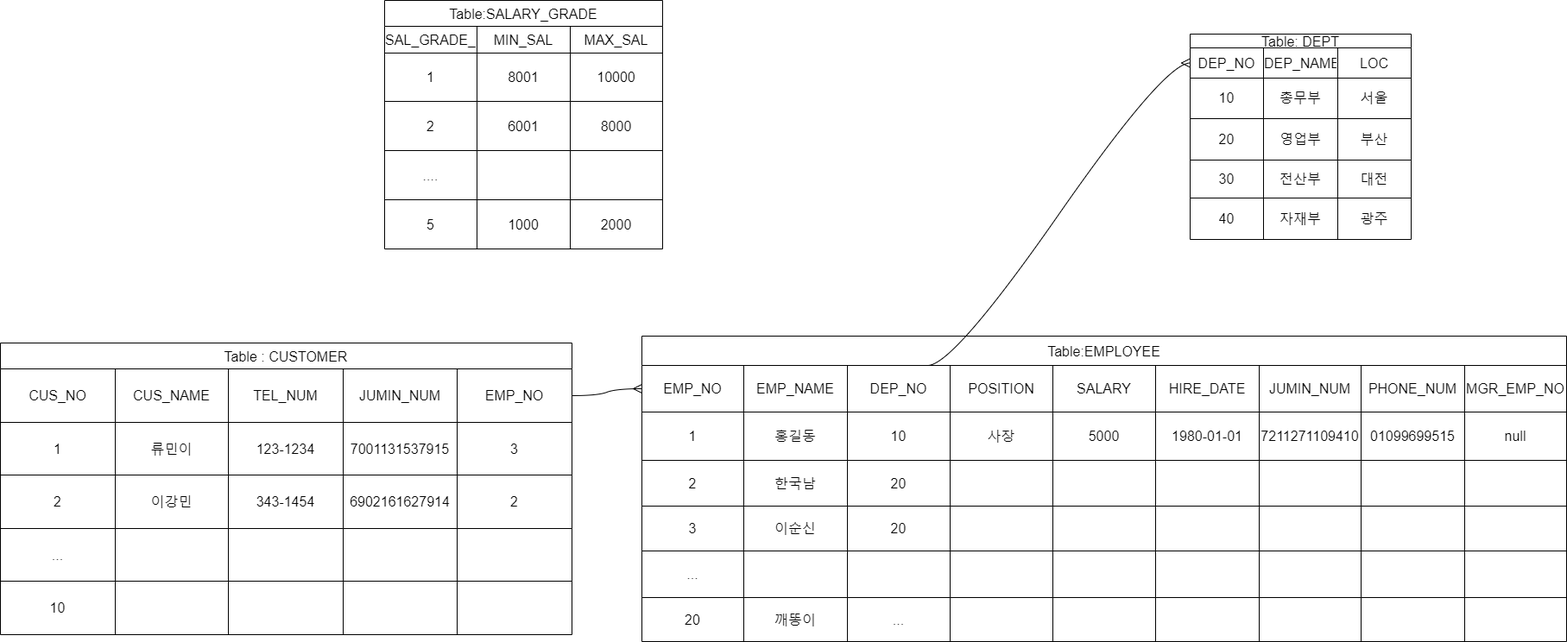
Earlier version of the draw.io export 제목 없는 다이어그램.drawio.png (YonWooPark/repotest). Source tidied: cells renumbered, new cells last; positions are measured from the earlier drawing's top-left corner, leaving out a move shared by most shapes.
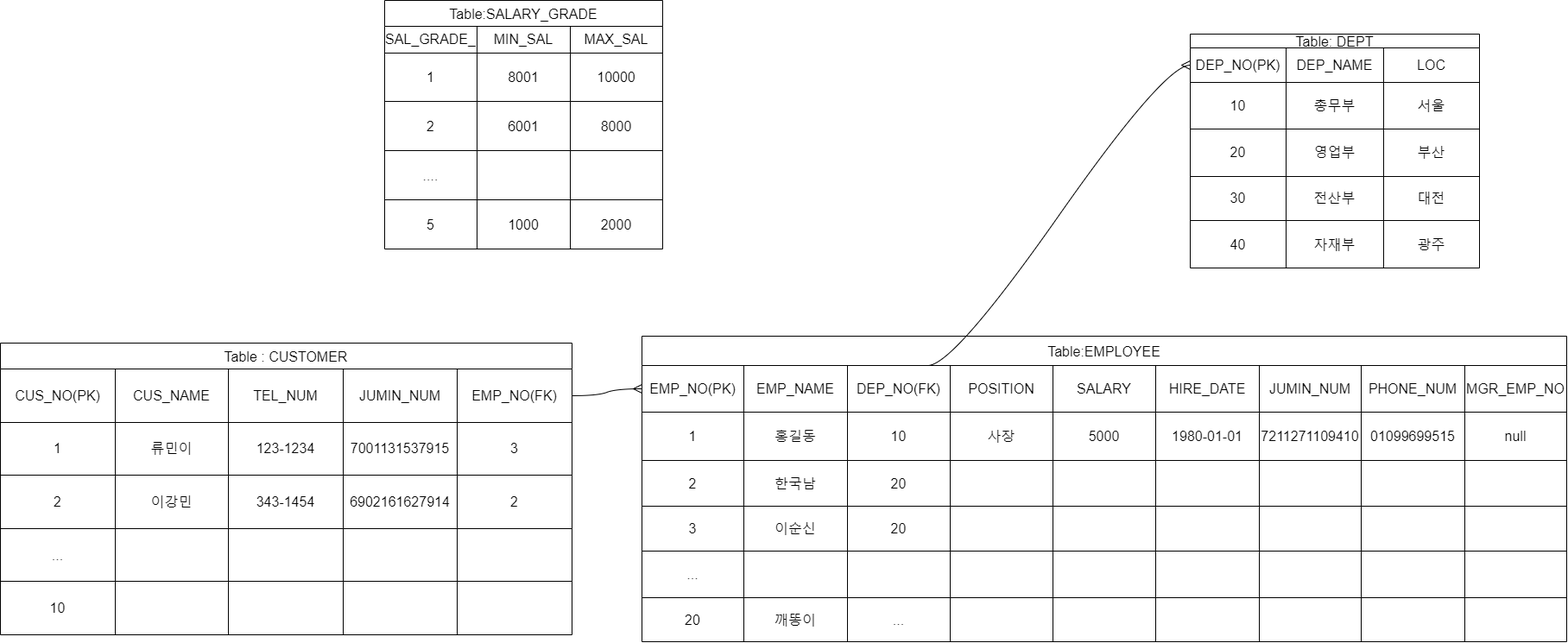
The same file after the commit.

Diff of the diagram source:
```diff
@@ -3,67 +3,67 @@
     <mxCell id="0" />
     <mxCell id="1" parent="0" />
     <mxCell id="2" value="Table: DEPT" style="shape=table;startSize=16;strokeColor=default;fontSize=16;" parent="1" vertex="1">
-      <mxGeometry x="1378" y="39" width="256" height="238" as="geometry" />
+      <mxGeometry x="1378" y="39" width="335" height="271" as="geometry" />
     </mxCell>
     <mxCell id="3" style="shape=tableRow;horizontal=0;startSize=0;swimlaneHead=0;swimlaneBody=0;strokeColor=inherit;top=0;left=0;bottom=0;right=0;fillColor=none;points=[[0,0.5],[1,0.5]];portConstraint=eastwest;fontSize=16;" parent="2" vertex="1">
-      <mxGeometry y="16" width="256" height="35" as="geometry" />
+      <mxGeometry y="16" width="335" height="40" as="geometry" />
     </mxCell>
-    <mxCell id="4" value="DEP_NO" style="shape=partialRectangle;html=1;whiteSpace=wrap;strokeColor=inherit;overflow=hidden;fillColor=none;top=0;left=0;bottom=0;right=0;fontSize=16;" parent="3" vertex="1">
-      <mxGeometry width="85" height="35" as="geometry" />
+    <mxCell id="4" value="DEP_NO(PK)" style="shape=partialRectangle;html=1;whiteSpace=wrap;strokeColor=inherit;overflow=hidden;fillColor=none;top=0;left=0;bottom=0;right=0;fontSize=16;" parent="3" vertex="1">
+      <mxGeometry width="111" height="40" as="geometry" />
     </mxCell>
     <mxCell id="5" value="DEP_NAME" style="shape=partialRectangle;html=1;whiteSpace=wrap;strokeColor=inherit;overflow=hidden;fillColor=none;top=0;left=0;bottom=0;right=0;fontSize=16;" parent="3" vertex="1">
-      <mxGeometry x="85" width="86" height="35" as="geometry" />
+      <mxGeometry x="111" width="113" height="40" as="geometry" />
     </mxCell>
     <mxCell id="6" value="LOC" style="shape=partialRectangle;html=1;whiteSpace=wrap;strokeColor=inherit;overflow=hidden;fillColor=none;top=0;left=0;bottom=0;right=0;fontSize=16;" parent="3" vertex="1">
-      <mxGeometry x="171" width="85" height="35" as="geometry" />
+      <mxGeometry x="224" width="111" height="40" as="geometry" />
     </mxCell>
     <mxCell id="7" style="shape=tableRow;horizontal=0;startSize=0;swimlaneHead=0;swimlaneBody=0;strokeColor=inherit;top=0;left=0;bottom=0;right=0;fillColor=none;fontSize=16;" parent="2" vertex="1">
-      <mxGeometry y="51" width="256" height="47" as="geometry" />
+      <mxGeometry y="56" width="335" height="54" as="geometry" />
     </mxCell>
     <mxCell id="8" value="10&lt;span style=&quot;white-space: pre;&quot;&gt;&#9;&lt;/span&gt;&lt;span style=&quot;white-space: pre;&quot;&gt;&#9;&lt;/span&gt;" style="shape=partialRectangle;html=1;whiteSpace=wrap;strokeColor=inherit;overflow=hidden;fillColor=none;top=0;left=0;bottom=0;right=0;fontSize=16;" parent="7" vertex="1">
-      <mxGeometry width="85" height="47" as="geometry" />
+      <mxGeometry width="111" height="54" as="geometry" />
     </mxCell>
     <mxCell id="9" value="총무부" style="shape=partialRectangle;html=1;whiteSpace=wrap;strokeColor=inherit;overflow=hidden;fillColor=none;top=0;left=0;bottom=0;right=0;fontSize=16;" parent="7" vertex="1">
-      <mxGeometry x="85" width="86" height="47" as="geometry" />
+      <mxGeometry x="111" width="113" height="54" as="geometry" />
     </mxCell>
     <mxCell id="10" value="서울" style="shape=partialRectangle;html=1;whiteSpace=wrap;strokeColor=inherit;overflow=hidden;fillColor=none;top=0;left=0;bottom=0;right=0;fontSize=16;" parent="7" vertex="1">
-      <mxGeometry x="171" width="85" height="47" as="geometry" />
+      <mxGeometry x="224" width="111" height="54" as="geometry" />
     </mxCell>
     <mxCell id="11" style="shape=tableRow;horizontal=0;startSize=0;swimlaneHead=0;swimlaneBody=0;strokeColor=inherit;top=0;left=0;bottom=0;right=0;fillColor=none;fontSize=16;" parent="2" vertex="1">
-      <mxGeometry y="98" width="256" height="48" as="geometry" />
+      <mxGeometry y="110" width="335" height="55" as="geometry" />
     </mxCell>
     <mxCell id="12" value="20" style="shape=partialRectangle;html=1;whiteSpace=wrap;strokeColor=inherit;overflow=hidden;fillColor=none;top=0;left=0;bottom=0;right=0;fontSize=16;" parent="11" vertex="1">
-      <mxGeometry width="85" height="48" as="geometry" />
+      <mxGeometry width="111" height="55" as="geometry" />
     </mxCell>
     <mxCell id="13" value="영업부" style="shape=partialRectangle;html=1;whiteSpace=wrap;strokeColor=inherit;overflow=hidden;fillColor=none;top=0;left=0;bottom=0;right=0;fontSize=16;" parent="11" vertex="1">
-      <mxGeometry x="85" width="86" height="48" as="geometry" />
+      <mxGeometry x="111" width="113" height="55" as="geometry" />
     </mxCell>
     <mxCell id="14" value="부산&lt;span style=&quot;white-space: pre;&quot;&gt;&#9;&lt;/span&gt;" style="shape=partialRectangle;html=1;whiteSpace=wrap;strokeColor=inherit;overflow=hidden;fillColor=none;top=0;left=0;bottom=0;right=0;fontSize=16;" parent="11" vertex="1">
-      <mxGeometry x="171" width="85" height="48" as="geometry" />
+      <mxGeometry x="224" width="111" height="55" as="geometry" />
     </mxCell>
     <mxCell id="15" style="shape=tableRow;horizontal=0;startSize=0;swimlaneHead=0;swimlaneBody=0;strokeColor=inherit;top=0;left=0;bottom=0;right=0;fillColor=none;fontSize=16;" parent="2" vertex="1">
-      <mxGeometry y="146" width="256" height="44" as="geometry" />
+      <mxGeometry y="165" width="335" height="51" as="geometry" />
     </mxCell>
     <mxCell id="16" value="30" style="shape=partialRectangle;html=1;whiteSpace=wrap;strokeColor=inherit;overflow=hidden;fillColor=none;top=0;left=0;bottom=0;right=0;fontSize=16;" parent="15" vertex="1">
-      <mxGeometry width="85" height="44" as="geometry" />
+      <mxGeometry width="111" height="51" as="geometry" />
     </mxCell>
     <mxCell id="17" value="전산부" style="shape=partialRectangle;html=1;whiteSpace=wrap;strokeColor=inherit;overflow=hidden;fillColor=none;top=0;left=0;bottom=0;right=0;fontSize=16;" parent="15" vertex="1">
-      <mxGeometry x="85" width="86" height="44" as="geometry" />
+      <mxGeometry x="111" width="113" height="51" as="geometry" />
     </mxCell>
     <mxCell id="18" value="대전" style="shape=partialRectangle;html=1;whiteSpace=wrap;strokeColor=inherit;overflow=hidden;fillColor=none;top=0;left=0;bottom=0;right=0;fontSize=16;" parent="15" vertex="1">
-      <mxGeometry x="171" width="85" height="44" as="geometry" />
+      <mxGeometry x="224" width="111" height="51" as="geometry" />
     </mxCell>
     <mxCell id="19" style="shape=tableRow;horizontal=0;startSize=0;swimlaneHead=0;swimlaneBody=0;strokeColor=inherit;top=0;left=0;bottom=0;right=0;fillColor=none;fontSize=16;" parent="2" vertex="1">
-      <mxGeometry y="190" width="256" height="48" as="geometry" />
+      <mxGeometry y="216" width="335" height="55" as="geometry" />
     </mxCell>
     <mxCell id="20" value="40" style="shape=partialRectangle;html=1;whiteSpace=wrap;strokeColor=inherit;overflow=hidden;fillColor=none;top=0;left=0;bottom=0;right=0;fontSize=16;" parent="19" vertex="1">
-      <mxGeometry width="85" height="48" as="geometry" />
+      <mxGeometry width="111" height="55" as="geometry" />
     </mxCell>
     <mxCell id="21" value="자재부" style="shape=partialRectangle;html=1;whiteSpace=wrap;strokeColor=inherit;overflow=hidden;fillColor=none;top=0;left=0;bottom=0;right=0;fontSize=16;" parent="19" vertex="1">
-      <mxGeometry x="85" width="86" height="48" as="geometry" />
+      <mxGeometry x="111" width="113" height="55" as="geometry" />
     </mxCell>
     <mxCell id="22" value="광주" style="shape=partialRectangle;html=1;whiteSpace=wrap;strokeColor=inherit;overflow=hidden;fillColor=none;top=0;left=0;bottom=0;right=0;fontSize=16;" parent="19" vertex="1">
-      <mxGeometry x="171" width="85" height="48" as="geometry" />
+      <mxGeometry x="224" width="111" height="55" as="geometry" />
     </mxCell>
     <mxCell id="23" value="Table:EMPLOYEE" style="shape=table;startSize=34;strokeColor=default;fontSize=16;" parent="1" vertex="1">
       <mxGeometry x="743" y="389" width="1071" height="354" as="geometry" />
@@ -71,13 +71,13 @@
     <mxCell id="24" style="shape=tableRow;horizontal=0;startSize=0;swimlaneHead=0;swimlaneBody=0;strokeColor=inherit;top=0;left=0;bottom=0;right=0;fillColor=none;points=[[0,0.5],[1,0.5]];portConstraint=eastwest;fontSize=16;" parent="23" vertex="1">
       <mxGeometry y="34" width="1071" height="54" as="geometry" />
     </mxCell>
-    <mxCell id="25" value="EMP_NO" style="shape=partialRectangle;html=1;whiteSpace=wrap;strokeColor=inherit;overflow=hidden;fillColor=none;top=0;left=0;bottom=0;right=0;fontSize=16;" parent="24" vertex="1">
+    <mxCell id="25" value="EMP_NO(PK)" style="shape=partialRectangle;html=1;whiteSpace=wrap;strokeColor=inherit;overflow=hidden;fillColor=none;top=0;left=0;bottom=0;right=0;fontSize=16;" parent="24" vertex="1">
       <mxGeometry width="118" height="54" as="geometry" />
     </mxCell>
     <mxCell id="26" value="EMP_NAME" style="shape=partialRectangle;html=1;whiteSpace=wrap;strokeColor=inherit;overflow=hidden;fillColor=none;top=0;left=0;bottom=0;right=0;fontSize=16;" parent="24" vertex="1">
       <mxGeometry x="118" width="120" height="54" as="geometry" />
     </mxCell>
-    <mxCell id="27" value="DEP_NO" style="shape=partialRectangle;html=1;whiteSpace=wrap;strokeColor=inherit;overflow=hidden;fillColor=none;top=0;left=0;bottom=0;right=0;fontSize=16;" parent="24" vertex="1">
+    <mxCell id="27" value="DEP_NO(FK)" style="shape=partialRectangle;html=1;whiteSpace=wrap;strokeColor=inherit;overflow=hidden;fillColor=none;top=0;left=0;bottom=0;right=0;fontSize=16;" parent="24" vertex="1">
       <mxGeometry x="238" width="119" height="54" as="geometry" />
     </mxCell>
     <mxCell id="28" value="POSITION" style="shape=partialRectangle;html=1;whiteSpace=wrap;strokeColor=inherit;overflow=hidden;fillColor=none;top=0;left=0;bottom=0;right=0;fontSize=16;" parent="24" vertex="1">
@@ -317,7 +317,7 @@
     <mxCell id="106" style="shape=tableRow;horizontal=0;startSize=0;swimlaneHead=0;swimlaneBody=0;strokeColor=inherit;top=0;left=0;bottom=0;right=0;fillColor=none;points=[[0,0.5],[1,0.5]];portConstraint=eastwest;fontSize=16;" parent="105" vertex="1">
       <mxGeometry y="30" width="662" height="62" as="geometry" />
     </mxCell>
-    <mxCell id="107" value="CUS_NO" style="shape=partialRectangle;html=1;whiteSpace=wrap;strokeColor=inherit;overflow=hidden;fillColor=none;top=0;left=0;bottom=0;right=0;fontSize=16;" parent="106" vertex="1">
+    <mxCell id="107" value="CUS_NO(PK)" style="shape=partialRectangle;html=1;whiteSpace=wrap;strokeColor=inherit;overflow=hidden;fillColor=none;top=0;left=0;bottom=0;right=0;fontSize=16;" parent="106" vertex="1">
       <mxGeometry width="133" height="62" as="geometry" />
     </mxCell>
     <mxCell id="108" value="CUS_NAME" style="shape=partialRectangle;html=1;whiteSpace=wrap;strokeColor=inherit;overflow=hidden;fillColor=none;top=0;left=0;bottom=0;right=0;fontSize=16;" parent="106" vertex="1">
@@ -329,7 +329,7 @@
     <mxCell id="110" value="JUMIN_NUM" style="shape=partialRectangle;html=1;whiteSpace=wrap;strokeColor=inherit;overflow=hidden;fillColor=none;top=0;left=0;bottom=0;right=0;fontSize=16;" parent="106" vertex="1">
       <mxGeometry x="397" width="132" height="62" as="geometry" />
     </mxCell>
-    <mxCell id="111" value="EMP_NO" style="shape=partialRectangle;html=1;whiteSpace=wrap;strokeColor=inherit;overflow=hidden;fillColor=none;top=0;left=0;bottom=0;right=0;fontSize=16;" parent="106" vertex="1">
+    <mxCell id="111" value="EMP_NO(FK)" style="shape=partialRectangle;html=1;whiteSpace=wrap;strokeColor=inherit;overflow=hidden;fillColor=none;top=0;left=0;bottom=0;right=0;fontSize=16;" parent="106" vertex="1">
       <mxGeometry x="529" width="133" height="62" as="geometry" />
     </mxCell>
     <mxCell id="112" style="shape=tableRow;horizontal=0;startSize=0;swimlaneHead=0;swimlaneBody=0;strokeColor=inherit;top=0;left=0;bottom=0;right=0;fillColor=none;fontSize=16;" parent="105" vertex="1">
```
